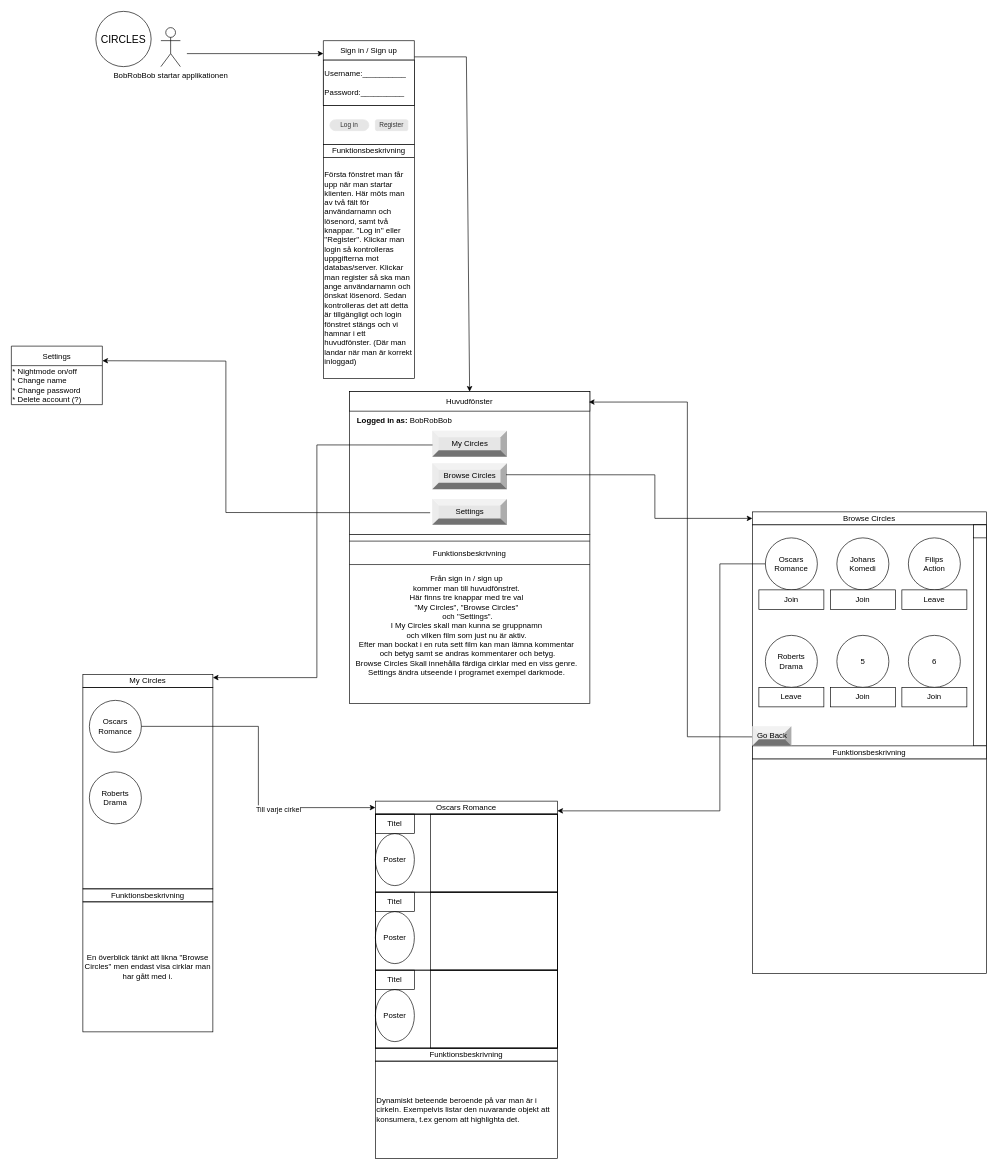
This is Diagrams/mindmap.drawio from johanbergfalk/DAT055_circles, a draw.io file, before an edit. Source tidied: cells renumbered, new cells numbered last; positions are measured from the earlier drawing's top-left corner, leaving out a move shared by most shapes. Both pictures are drawn from the tidied source at 65%, with x=0, y=0 at pixel (11, 11).
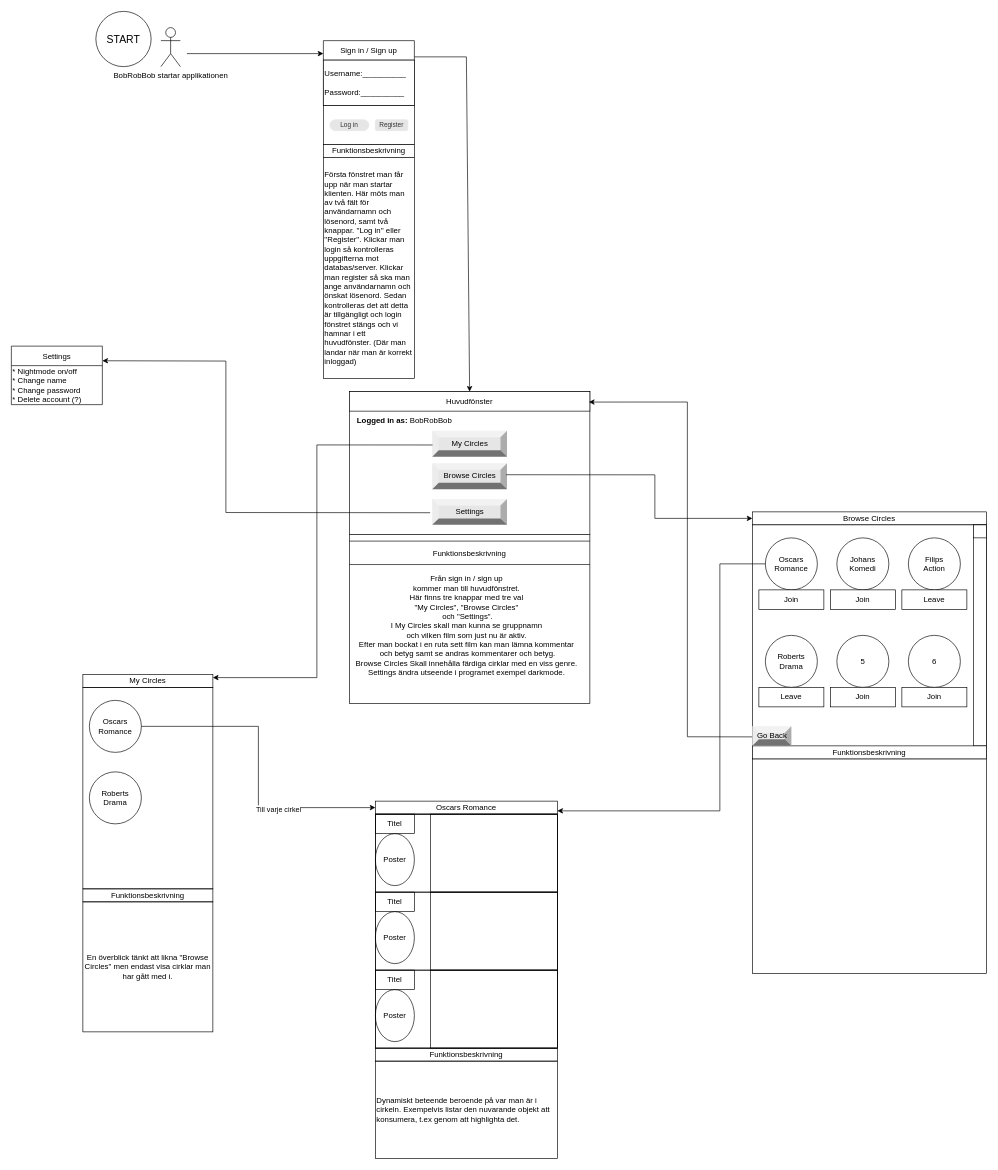
The same diagram, later.

The edit, as a diff of the source:
```diff
@@
-    <mxCell id="2" value="CIRCLES" style="ellipse;whiteSpace=wrap;html=1;rounded=0;fontSize=16;strokeColor=#000000;fillColor=#FFFFFF;" parent="1" vertex="1">
+    <mxCell id="2" value="START" style="ellipse;whiteSpace=wrap;html=1;rounded=0;fontSize=16;strokeColor=#000000;fillColor=#FFFFFF;" parent="1" vertex="1">
       <mxGeometry x="130" width="85" height="85" as="geometry" />
     </mxCell>
```
